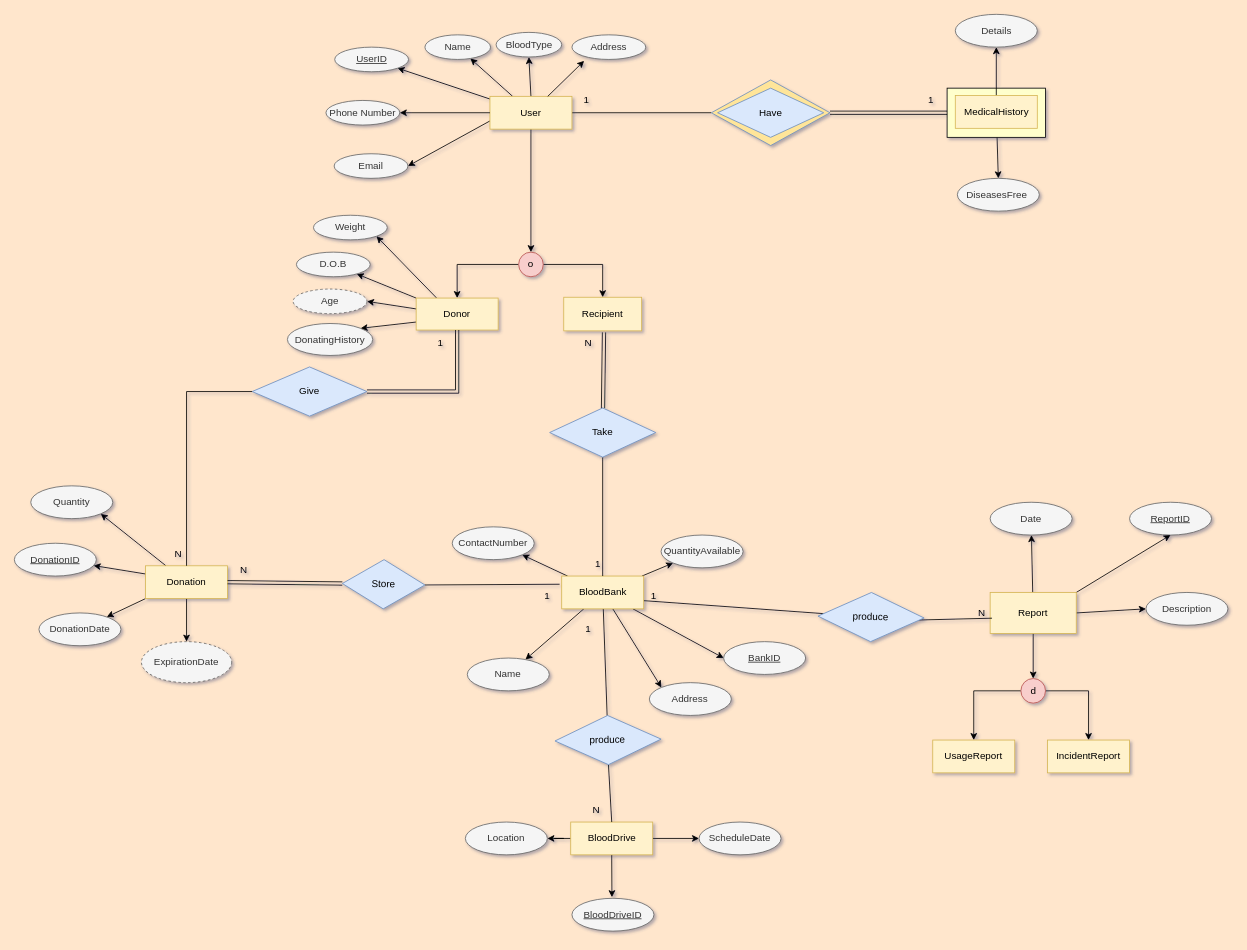
The draw.io diagram EER Diagram/BloodDonationSystem.drawio in NawafSD/BloodDonationSystem, before the edit. Source tidied: cells renumbered, new cells numbered last; positions are measured from the earlier drawing's top-left corner, leaving out a move shared by most shapes. Both pictures are drawn from the tidied source at 82%, with x=0, y=0 at pixel (14, -132).
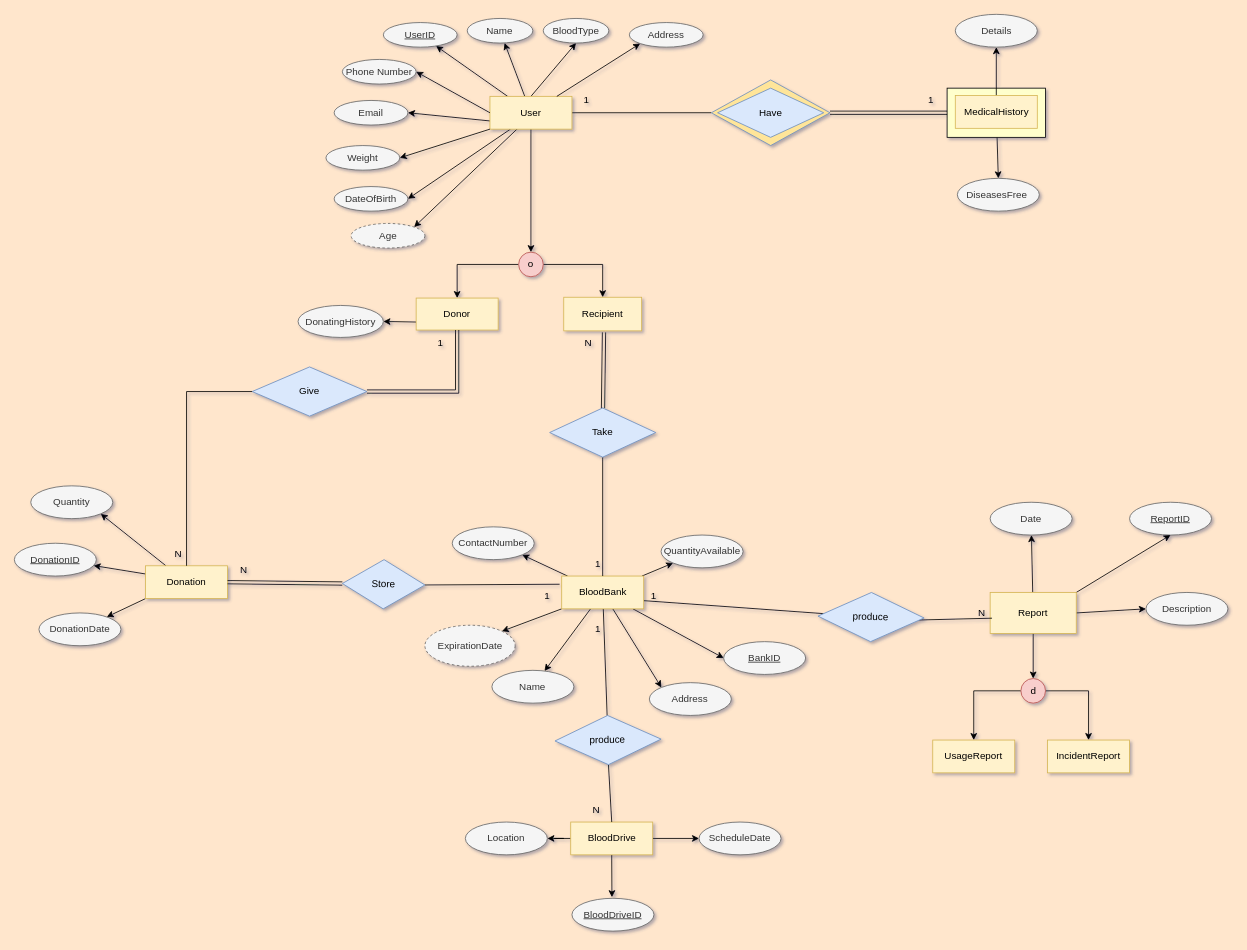
After the change.

Unchanged cells that the change refers to:
```xml
<mxCell id="11" value="User" style="whiteSpace=wrap;html=1;align=center;fillColor=#fff2cc;strokeColor=#d6b656;" parent="1" vertex="1">
  <mxGeometry x="580" y="278" width="100" height="40" as="geometry" />
</mxCell>
<mxCell id="43" value="Donor" style="rounded=0;whiteSpace=wrap;html=1;fillColor=#fff2cc;strokeColor=#d6b656;" parent="1" vertex="1">
  <mxGeometry x="490" y="524" width="100" height="39" as="geometry" />
</mxCell>
<mxCell id="48" value="Donation" style="whiteSpace=wrap;html=1;align=center;fillColor=#fff2cc;strokeColor=#d6b656;direction=east;" parent="1" vertex="1">
  <mxGeometry x="160" y="850.5" width="100" height="40" as="geometry" />
</mxCell>
<mxCell id="68" value="BloodBank" style="whiteSpace=wrap;html=1;align=center;fillColor=#fff2cc;strokeColor=#d6b656;" parent="1" vertex="1">
  <mxGeometry x="667.5" y="863" width="100" height="40" as="geometry" />
</mxCell>
```

Diff of the diagram source:
```diff
@@
-    <mxCell id="4" style="rounded=0;jettySize=auto;html=1;entryX=1;entryY=0.5;entryDx=0;entryDy=0;exitX=0;exitY=0.5;exitDx=0;exitDy=0;" parent="1" edge="1" target="14">
-      <mxGeometry relative="1" as="geometry">
-        <mxPoint x="530.8" y="543.5" as="sourcePoint" />
-      </mxGeometry>
+    <mxCell id="4" style="rounded=0;jettySize=auto;html=1;entryX=1;entryY=0;entryDx=0;entryDy=0;exitX=0.346;exitY=0.961;exitDx=0;exitDy=0;exitPerimeter=0;" parent="1" edge="1" source="11" target="14">
+      <mxGeometry relative="1" as="geometry" />
     </mxCell>
-    <mxCell id="5" style="rounded=0;jettySize=auto;html=1;exitX=0;exitY=0;exitDx=0;exitDy=0;" parent="1" edge="1" source="43" target="15">
+    <mxCell id="5" style="rounded=0;jettySize=auto;html=1;exitX=0.25;exitY=1;exitDx=0;exitDy=0;entryX=1;entryY=0.5;entryDx=0;entryDy=0;" parent="1" edge="1" source="11" target="15">
       <mxGeometry relative="1" as="geometry" />
     </mxCell>
@@
-    <mxCell id="7" style="rounded=0;jettySize=auto;html=1;exitX=0;exitY=0.75;exitDx=0;exitDy=0;entryX=1;entryY=0;entryDx=0;entryDy=0;" parent="1" edge="1" source="43" target="22">
+    <mxCell id="7" style="rounded=0;jettySize=auto;html=1;exitX=0;exitY=0.75;exitDx=0;exitDy=0;entryX=1;entryY=0.5;entryDx=0;entryDy=0;" parent="1" edge="1" source="43" target="22">
       <mxGeometry relative="1" as="geometry" />
     </mxCell>
@@
     <mxCell id="12" value="UserID" style="ellipse;whiteSpace=wrap;html=1;align=center;fontStyle=4;fillColor=#f5f5f5;strokeColor=#666666;fontColor=#333333;" parent="1" vertex="1">
-      <mxGeometry x="390.7" y="218" width="90" height="30" as="geometry" />
+      <mxGeometry x="450" y="188" width="90" height="30" as="geometry" />
     </mxCell>
     <mxCell id="13" value="Name" style="ellipse;whiteSpace=wrap;html=1;align=center;fillColor=#f5f5f5;strokeColor=#666666;fontColor=#333333;" parent="1" vertex="1">
-      <mxGeometry x="500.7" y="203" width="80" height="30" as="geometry" />
+      <mxGeometry x="552.3" y="183" width="80" height="30" as="geometry" />
     </mxCell>
     <mxCell id="14" value="Age" style="ellipse;whiteSpace=wrap;html=1;align=center;dashed=1;fillColor=#f5f5f5;strokeColor=#666666;fontColor=#333333;" parent="1" vertex="1">
-      <mxGeometry x="340" y="513" width="90" height="30" as="geometry" />
+      <mxGeometry x="410.7" y="433" width="90" height="30" as="geometry" />
     </mxCell>
-    <mxCell id="15" value="D.O.B" style="ellipse;whiteSpace=wrap;html=1;align=center;fillColor=#f5f5f5;strokeColor=#666666;fontColor=#333333;" parent="1" vertex="1">
-      <mxGeometry x="344" y="468" width="90" height="30" as="geometry" />
+    <mxCell id="15" value="DateOfBirth" style="ellipse;whiteSpace=wrap;html=1;align=center;fillColor=#f5f5f5;strokeColor=#666666;fontColor=#333333;" parent="1" vertex="1">
+      <mxGeometry x="390" y="388" width="90" height="30" as="geometry" />
     </mxCell>
     <mxCell id="16" value="Address" style="ellipse;whiteSpace=wrap;html=1;align=center;fillColor=#f5f5f5;strokeColor=#666666;fontColor=#333333;" parent="1" vertex="1">
-      <mxGeometry x="680" y="203" width="90" height="30" as="geometry" />
+      <mxGeometry x="750" y="188" width="90" height="30" as="geometry" />
     </mxCell>
-    <mxCell id="17" style="rounded=0;jettySize=auto;html=1;entryX=0.165;entryY=1.058;entryDx=0;entryDy=0;entryPerimeter=0;" parent="1" edge="1" source="11" target="16">
+    <mxCell id="17" style="rounded=0;jettySize=auto;html=1;entryX=0;entryY=1;entryDx=0;entryDy=0;" parent="1" edge="1" source="11" target="16">
       <mxGeometry relative="1" as="geometry" />
     </mxCell>
     <mxCell id="18" value="Phone Number" style="ellipse;whiteSpace=wrap;html=1;align=center;fillColor=#f5f5f5;strokeColor=#666666;fontColor=#333333;" parent="1" vertex="1">
-      <mxGeometry x="380" y="283" width="90" height="30" as="geometry" />
+      <mxGeometry x="400" y="233" width="90" height="30" as="geometry" />
     </mxCell>
     <mxCell id="19" value="Email" style="ellipse;whiteSpace=wrap;html=1;align=center;fillColor=#f5f5f5;strokeColor=#666666;fontColor=#333333;" parent="1" vertex="1">
-      <mxGeometry x="390" y="348" width="90" height="30" as="geometry" />
+      <mxGeometry x="390" y="283" width="90" height="30" as="geometry" />
     </mxCell>
-    <mxCell id="20" style="edgeStyle=orthogonalEdgeStyle;rounded=0;jettySize=auto;html=1;exitX=0;exitY=0.5;exitDx=0;exitDy=0;entryX=1;entryY=0.5;entryDx=0;entryDy=0;" parent="1" edge="1" source="11" target="18">
+    <mxCell id="20" style="rounded=0;jettySize=auto;html=1;exitX=0;exitY=0.5;exitDx=0;exitDy=0;entryX=1;entryY=0.5;entryDx=0;entryDy=0;" parent="1" edge="1" source="11" target="18">
       <mxGeometry relative="1" as="geometry" />
     </mxCell>
     <mxCell id="21" value="Weight" style="ellipse;whiteSpace=wrap;html=1;align=center;fillColor=#f5f5f5;strokeColor=#666666;fontColor=#333333;" parent="1" vertex="1">
-      <mxGeometry x="364.8" y="423" width="90" height="30" as="geometry" />
+      <mxGeometry x="380" y="338" width="90" height="30" as="geometry" />
     </mxCell>
     <mxCell id="22" value="DonatingHistory" style="ellipse;whiteSpace=wrap;html=1;align=center;fillColor=#f5f5f5;strokeColor=#666666;fontColor=#333333;" parent="1" vertex="1">
-      <mxGeometry x="333" y="555" width="104" height="39" as="geometry" />
+      <mxGeometry x="346" y="533" width="104" height="39" as="geometry" />
     </mxCell>
@@
     <mxCell id="37" value="BloodType" style="ellipse;whiteSpace=wrap;html=1;align=center;fillColor=#f5f5f5;strokeColor=#666666;fontColor=#333333;" parent="1" vertex="1">
-      <mxGeometry x="587.5" y="200" width="80" height="30" as="geometry" />
+      <mxGeometry x="645" y="183" width="80" height="30" as="geometry" />
     </mxCell>
@@
-    <mxCell id="42" style="rounded=0;jettySize=auto;html=1;exitX=0.25;exitY=0;exitDx=0;exitDy=0;entryX=1;entryY=1;entryDx=0;entryDy=0;" parent="1" edge="1" source="43" target="21">
-      <mxGeometry relative="1" as="geometry" />
+    <mxCell id="42" style="rounded=0;jettySize=auto;html=1;exitX=0;exitY=1;exitDx=0;exitDy=0;" parent="1" edge="1" source="11">
+      <mxGeometry relative="1" as="geometry">
+        <mxPoint x="470" y="353" as="targetPoint" />
+      </mxGeometry>
     </mxCell>
@@
-    <mxCell id="47" style="rounded=0;jettySize=auto;html=1;exitX=0.5;exitY=1;exitDx=0;exitDy=0;entryX=0.5;entryY=0;entryDx=0;entryDy=0;" parent="1" edge="1" source="48" target="98">
-      <mxGeometry relative="1" as="geometry" />
-    </mxCell>
@@
+    <mxCell id="111" style="rounded=0;jettySize=auto;html=1;exitX=0;exitY=1;exitDx=0;exitDy=0;entryX=1;entryY=0;entryDx=0;entryDy=0;" parent="1" edge="1" source="68" target="98">
+      <mxGeometry relative="1" as="geometry" />
+    </mxCell>
@@
     <mxCell id="70" value="Name" style="ellipse;whiteSpace=wrap;html=1;align=center;fillColor=#f5f5f5;strokeColor=#666666;fontColor=#333333;" parent="1" vertex="1">
-      <mxGeometry x="552.4" y="963" width="100" height="40" as="geometry" />
+      <mxGeometry x="582.4" y="978" width="100" height="40" as="geometry" />
     </mxCell>
@@
     <mxCell id="94" value="1" style="text;html=1;strokeColor=none;fillColor=none;align=center;verticalAlign=middle;whiteSpace=wrap;rounded=0;" parent="1" vertex="1">
-      <mxGeometry x="670" y="913" width="60" height="30" as="geometry" />
+      <mxGeometry x="682" y="913" width="60" height="30" as="geometry" />
     </mxCell>
@@
     <mxCell id="98" value="ExpirationDate" style="ellipse;whiteSpace=wrap;html=1;align=center;dashed=1;fillColor=#f5f5f5;strokeColor=#666666;fontColor=#333333;" parent="1" vertex="1">
-      <mxGeometry x="155" y="943" width="110" height="50" as="geometry" />
+      <mxGeometry x="500.7" y="923" width="110" height="50" as="geometry" />
     </mxCell>
```
